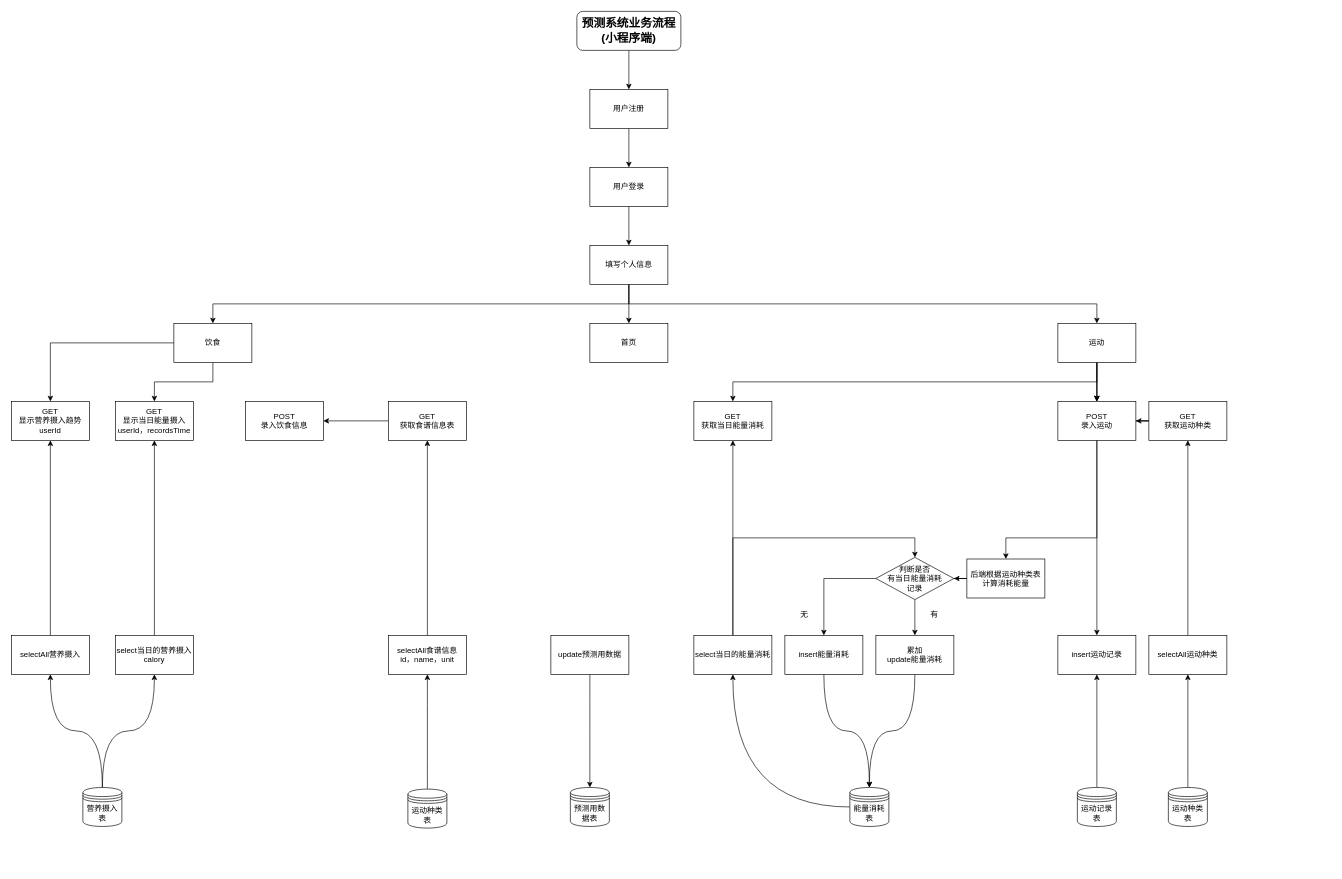
This is 未命名绘图.drawio from 18501426092/18501426092, a draw.io file, before an edit. Source tidied: cells renumbered, new cells numbered last; positions are measured from the earlier drawing's top-left corner, leaving out a move shared by most shapes. Both pictures are drawn from the tidied source at 65%, with x=0, y=0 at pixel (11, 11).
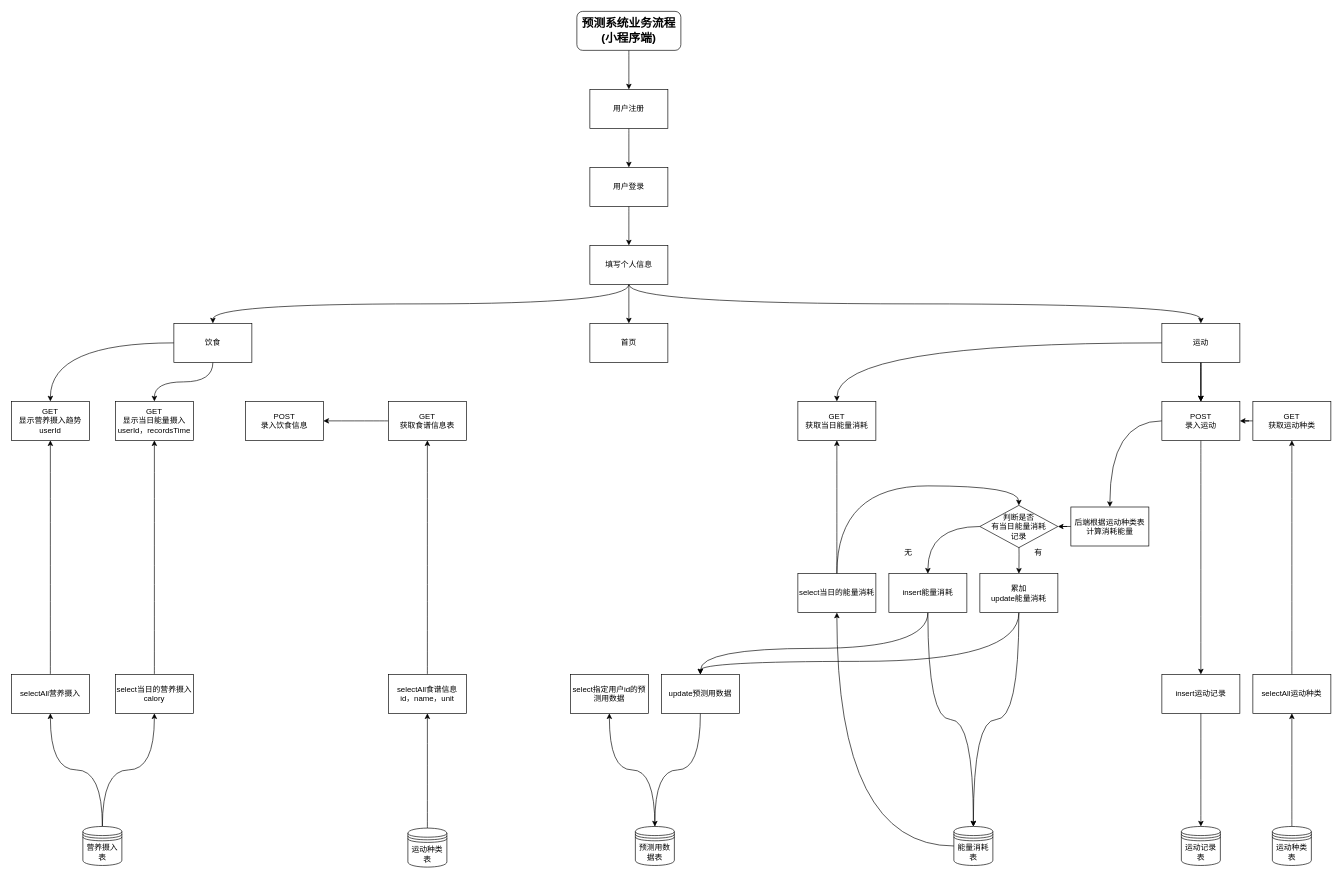
After the change.

Commit message (it also covers changes not shown here):
更新未命名绘图.drawio

Unchanged cells that the change refers to:
```xml
<mxCell id="3" value="预测系统业务流程(小程序端)" style="rounded=1;whiteSpace=wrap;html=1;fontStyle=1;fontSize=18;" parent="1" vertex="1">
  <mxGeometry x="870" width="160" height="60" as="geometry" />
</mxCell>
<mxCell id="5" value="用户登录" style="rounded=0;whiteSpace=wrap;html=1;" parent="1" vertex="1">
  <mxGeometry x="890" y="240" width="120" height="60" as="geometry" />
</mxCell>
<mxCell id="9" value="填写个人信息" style="rounded=0;whiteSpace=wrap;html=1;" parent="1" vertex="1">
  <mxGeometry x="890" y="360" width="120" height="60" as="geometry" />
</mxCell>
<mxCell id="10" value="首页" style="rounded=0;whiteSpace=wrap;html=1;" parent="1" vertex="1">
  <mxGeometry x="890" y="480" width="120" height="60" as="geometry" />
</mxCell>
<mxCell id="13" value="饮食" style="rounded=0;whiteSpace=wrap;html=1;" parent="1" vertex="1">
  <mxGeometry x="250" y="480" width="120" height="60" as="geometry" />
</mxCell>
<mxCell id="15" value="用户注册" style="rounded=0;whiteSpace=wrap;html=1;" parent="1" vertex="1">
  <mxGeometry x="890" y="120" width="120" height="60" as="geometry" />
</mxCell>
<mxCell id="21" value="GET&lt;br&gt;显示营养摄入趋势&lt;br&gt;userId" style="rounded=0;whiteSpace=wrap;html=1;" parent="1" vertex="1">
  <mxGeometry y="600" width="120" height="60" as="geometry" />
</mxCell>
<mxCell id="24" value="GET&lt;br&gt;显示当日能量摄入&lt;br&gt;userId，recordsTime" style="rounded=0;whiteSpace=wrap;html=1;" parent="1" vertex="1">
  <mxGeometry x="160" y="600" width="120" height="60" as="geometry" />
</mxCell>
<mxCell id="60" value="GET&lt;br&gt;获取食谱信息表" style="rounded=0;whiteSpace=wrap;html=1;" parent="1" vertex="1">
  <mxGeometry x="580" y="600" width="120" height="60" as="geometry" />
</mxCell>
<mxCell id="65" value="POST&lt;br&gt;录入饮食信息" style="rounded=0;whiteSpace=wrap;html=1;" parent="1" vertex="1">
  <mxGeometry x="360" y="600" width="120" height="60" as="geometry" />
</mxCell>
```

What changed in the source:
```diff
@@
-    <mxCell id="2" style="edgeStyle=orthogonalEdgeStyle;rounded=0;jettySize=auto;html=1;entryX=0.5;entryY=0;entryDx=0;entryDy=0;" parent="1" edge="1" source="3" target="15">
+    <mxCell id="2" style="edgeStyle=orthogonalEdgeStyle;rounded=0;jettySize=auto;html=1;entryX=0.5;entryY=0;entryDx=0;entryDy=0;curved=1;" parent="1" edge="1" source="3" target="15">
       <mxGeometry relative="1" as="geometry" />
     </mxCell>
@@
-    <mxCell id="4" style="edgeStyle=orthogonalEdgeStyle;rounded=0;jettySize=auto;html=1;" parent="1" edge="1" source="5" target="9">
+    <mxCell id="4" style="edgeStyle=orthogonalEdgeStyle;rounded=0;jettySize=auto;html=1;curved=1;" parent="1" edge="1" source="5" target="9">
       <mxGeometry relative="1" as="geometry" />
     </mxCell>
@@
-    <mxCell id="6" style="edgeStyle=orthogonalEdgeStyle;rounded=0;jettySize=auto;html=1;entryX=0.5;entryY=0;entryDx=0;entryDy=0;" parent="1" edge="1" source="9" target="10">
+    <mxCell id="6" style="edgeStyle=orthogonalEdgeStyle;rounded=0;jettySize=auto;html=1;entryX=0.5;entryY=0;entryDx=0;entryDy=0;curved=1;" parent="1" edge="1" source="9" target="10">
       <mxGeometry relative="1" as="geometry" />
     </mxCell>
-    <mxCell id="7" style="edgeStyle=orthogonalEdgeStyle;rounded=0;jettySize=auto;html=1;entryX=0.5;entryY=0;entryDx=0;entryDy=0;exitX=0.5;exitY=1;exitDx=0;exitDy=0;" parent="1" edge="1" source="9" target="20">
+    <mxCell id="7" style="edgeStyle=orthogonalEdgeStyle;rounded=0;jettySize=auto;html=1;entryX=0.5;entryY=0;entryDx=0;entryDy=0;exitX=0.5;exitY=1;exitDx=0;exitDy=0;curved=1;" parent="1" edge="1" source="9" target="20">
       <mxGeometry relative="1" as="geometry" />
     </mxCell>
-    <mxCell id="8" style="edgeStyle=orthogonalEdgeStyle;rounded=0;jettySize=auto;html=1;entryX=0.5;entryY=0;entryDx=0;entryDy=0;exitX=0.5;exitY=1;exitDx=0;exitDy=0;" parent="1" edge="1" source="9" target="13">
+    <mxCell id="8" style="edgeStyle=orthogonalEdgeStyle;rounded=0;jettySize=auto;html=1;entryX=0.5;entryY=0;entryDx=0;entryDy=0;exitX=0.5;exitY=1;exitDx=0;exitDy=0;curved=1;" parent="1" edge="1" source="9" target="13">
       <mxGeometry relative="1" as="geometry" />
     </mxCell>
@@
-    <mxCell id="11" style="edgeStyle=orthogonalEdgeStyle;rounded=0;jettySize=auto;html=1;" parent="1" edge="1" source="13" target="21">
+    <mxCell id="11" style="edgeStyle=orthogonalEdgeStyle;rounded=0;jettySize=auto;html=1;curved=1;" parent="1" edge="1" source="13" target="21">
       <mxGeometry relative="1" as="geometry" />
     </mxCell>
-    <mxCell id="12" style="edgeStyle=orthogonalEdgeStyle;rounded=0;jettySize=auto;html=1;" parent="1" edge="1" source="13" target="24">
+    <mxCell id="12" style="edgeStyle=orthogonalEdgeStyle;rounded=0;jettySize=auto;html=1;curved=1;" parent="1" edge="1" source="13" target="24">
       <mxGeometry relative="1" as="geometry" />
     </mxCell>
@@
-    <mxCell id="14" style="edgeStyle=orthogonalEdgeStyle;rounded=0;jettySize=auto;html=1;entryX=0.5;entryY=0;entryDx=0;entryDy=0;" parent="1" edge="1" source="15" target="5">
+    <mxCell id="14" style="edgeStyle=orthogonalEdgeStyle;rounded=0;jettySize=auto;html=1;entryX=0.5;entryY=0;entryDx=0;entryDy=0;curved=1;" parent="1" edge="1" source="15" target="5">
       <mxGeometry relative="1" as="geometry" />
     </mxCell>
@@
-    <mxCell id="16" style="edgeStyle=orthogonalEdgeStyle;rounded=0;jettySize=auto;html=1;" parent="1" edge="1" source="20" target="32">
+    <mxCell id="16" style="edgeStyle=orthogonalEdgeStyle;rounded=0;jettySize=auto;html=1;curved=1;" parent="1" edge="1" source="20" target="32">
       <mxGeometry relative="1" as="geometry" />
     </mxCell>
-    <mxCell id="17" style="edgeStyle=orthogonalEdgeStyle;rounded=0;jettySize=auto;html=1;" parent="1" edge="1" source="20" target="32">
+    <mxCell id="17" style="edgeStyle=orthogonalEdgeStyle;rounded=0;jettySize=auto;html=1;curved=1;" parent="1" edge="1" source="20" target="32">
       <mxGeometry relative="1" as="geometry" />
     </mxCell>
-    <mxCell id="18" style="edgeStyle=orthogonalEdgeStyle;rounded=0;jettySize=auto;html=1;" parent="1" edge="1" source="20" target="32">
+    <mxCell id="18" style="edgeStyle=orthogonalEdgeStyle;rounded=0;jettySize=auto;html=1;curved=1;" parent="1" edge="1" source="20" target="32">
       <mxGeometry relative="1" as="geometry" />
     </mxCell>
-    <mxCell id="19" style="edgeStyle=orthogonalEdgeStyle;rounded=0;jettySize=auto;html=1;entryX=0.5;entryY=0;entryDx=0;entryDy=0;" parent="1" edge="1" source="20" target="58">
-      <mxGeometry relative="1" as="geometry">
-        <Array as="points">
-          <mxPoint x="1670" y="570" />
-          <mxPoint x="1110" y="570" />
-        </Array>
-      </mxGeometry>
+    <mxCell id="19" style="edgeStyle=orthogonalEdgeStyle;rounded=0;jettySize=auto;html=1;entryX=0.5;entryY=0;entryDx=0;entryDy=0;curved=1;" parent="1" edge="1" source="20" target="58">
+      <mxGeometry relative="1" as="geometry" />
     </mxCell>
     <mxCell id="20" value="运动" style="rounded=0;whiteSpace=wrap;html=1;" parent="1" vertex="1">
-      <mxGeometry x="1610" y="480" width="120" height="60" as="geometry" />
+      <mxGeometry x="1770" y="480" width="120" height="60" as="geometry" />
     </mxCell>
@@
-    <mxCell id="22" style="edgeStyle=orthogonalEdgeStyle;rounded=0;jettySize=auto;html=1;entryX=0.5;entryY=1;entryDx=0;entryDy=0;" parent="1" edge="1" source="23" target="21">
+    <mxCell id="22" style="edgeStyle=orthogonalEdgeStyle;rounded=0;jettySize=auto;html=1;entryX=0.5;entryY=1;entryDx=0;entryDy=0;curved=1;" parent="1" edge="1" source="23" target="21">
       <mxGeometry relative="1" as="geometry" />
     </mxCell>
     <mxCell id="23" value="selectAll营养摄入" style="rounded=0;whiteSpace=wrap;html=1;" parent="1" vertex="1">
-      <mxGeometry y="960" width="120" height="60" as="geometry" />
+      <mxGeometry y="1020" width="120" height="60" as="geometry" />
     </mxCell>
@@
-    <mxCell id="25" style="edgeStyle=orthogonalEdgeStyle;rounded=0;jettySize=auto;html=1;" parent="1" edge="1" source="26" target="24">
+    <mxCell id="25" style="edgeStyle=orthogonalEdgeStyle;rounded=0;jettySize=auto;html=1;curved=1;" parent="1" edge="1" source="26" target="24">
       <mxGeometry relative="1" as="geometry" />
     </mxCell>
     <mxCell id="26" value="select当日的营养摄入&lt;br&gt;calory" style="rounded=0;whiteSpace=wrap;html=1;" parent="1" vertex="1">
-      <mxGeometry x="160" y="960" width="120" height="60" as="geometry" />
+      <mxGeometry x="160" y="1020" width="120" height="60" as="geometry" />
     </mxCell>
@@
     <mxCell id="29" value="营养摄入表" style="shape=datastore;whiteSpace=wrap;html=1;" parent="1" vertex="1">
-      <mxGeometry x="110" y="1194" width="60" height="60" as="geometry" />
+      <mxGeometry x="110" y="1254" width="60" height="60" as="geometry" />
     </mxCell>
-    <mxCell id="30" style="edgeStyle=orthogonalEdgeStyle;rounded=0;jettySize=auto;html=1;" parent="1" edge="1" source="32" target="39">
+    <mxCell id="30" style="edgeStyle=orthogonalEdgeStyle;rounded=0;jettySize=auto;html=1;curved=1;" parent="1" edge="1" source="32" target="39">
       <mxGeometry relative="1" as="geometry" />
     </mxCell>
-    <mxCell id="31" style="edgeStyle=orthogonalEdgeStyle;rounded=0;jettySize=auto;html=1;entryX=0.5;entryY=0;entryDx=0;entryDy=0;" parent="1" edge="1" source="32" target="43">
-      <mxGeometry relative="1" as="geometry">
-        <Array as="points">
-          <mxPoint x="1670" y="810" />
-          <mxPoint x="1530" y="810" />
-        </Array>
-      </mxGeometry>
+    <mxCell id="31" style="edgeStyle=orthogonalEdgeStyle;rounded=0;jettySize=auto;html=1;entryX=0.5;entryY=0;entryDx=0;entryDy=0;curved=1;" parent="1" edge="1" source="32" target="43">
+      <mxGeometry relative="1" as="geometry" />
     </mxCell>
     <mxCell id="32" value="POST&lt;br&gt;录入运动" style="rounded=0;whiteSpace=wrap;html=1;" parent="1" vertex="1">
-      <mxGeometry x="1610" y="600" width="120" height="60" as="geometry" />
+      <mxGeometry x="1770" y="600" width="120" height="60" as="geometry" />
     </mxCell>
-    <mxCell id="33" style="edgeStyle=orthogonalEdgeStyle;rounded=0;jettySize=auto;html=1;entryX=1;entryY=0.5;entryDx=0;entryDy=0;" parent="1" edge="1" source="34" target="32">
+    <mxCell id="33" style="edgeStyle=orthogonalEdgeStyle;rounded=0;jettySize=auto;html=1;entryX=1;entryY=0.5;entryDx=0;entryDy=0;curved=1;" parent="1" edge="1" source="34" target="32">
       <mxGeometry relative="1" as="geometry" />
     </mxCell>
     <mxCell id="34" value="GET&lt;br&gt;获取运动种类" style="rounded=0;whiteSpace=wrap;html=1;" parent="1" vertex="1">
-      <mxGeometry x="1750" y="600" width="120" height="60" as="geometry" />
+      <mxGeometry x="1910" y="600" width="120" height="60" as="geometry" />
     </mxCell>
-    <mxCell id="35" style="edgeStyle=orthogonalEdgeStyle;rounded=0;jettySize=auto;html=1;entryX=0.5;entryY=1;entryDx=0;entryDy=0;" parent="1" edge="1" source="36" target="34">
+    <mxCell id="35" style="edgeStyle=orthogonalEdgeStyle;rounded=0;jettySize=auto;html=1;entryX=0.5;entryY=1;entryDx=0;entryDy=0;curved=1;" parent="1" edge="1" source="36" target="34">
       <mxGeometry relative="1" as="geometry" />
     </mxCell>
     <mxCell id="36" value="selectAll运动种类" style="rounded=0;whiteSpace=wrap;html=1;" parent="1" vertex="1">
-      <mxGeometry x="1750" y="960" width="120" height="60" as="geometry" />
+      <mxGeometry x="1910" y="1020" width="120" height="60" as="geometry" />
     </mxCell>
@@
     <mxCell id="38" value="运动种类表" style="shape=datastore;whiteSpace=wrap;html=1;" parent="1" vertex="1">
-      <mxGeometry x="1780" y="1194" width="60" height="60" as="geometry" />
+      <mxGeometry x="1940" y="1254" width="60" height="60" as="geometry" />
     </mxCell>
     <mxCell id="39" value="insert运动记录" style="rounded=0;whiteSpace=wrap;html=1;" parent="1" vertex="1">
-      <mxGeometry x="1610" y="960" width="120" height="60" as="geometry" />
+      <mxGeometry x="1770" y="1020" width="120" height="60" as="geometry" />
     </mxCell>
-    <mxCell id="40" style="edgeStyle=orthogonalEdgeStyle;rounded=0;jettySize=auto;html=1;entryX=0.5;entryY=1;entryDx=0;entryDy=0;curved=1;" parent="1" edge="1" source="41" target="39">
+    <mxCell id="40" style="edgeStyle=orthogonalEdgeStyle;rounded=0;jettySize=auto;html=1;entryX=0.5;entryY=1;entryDx=0;entryDy=0;curved=1;startArrow=classic;startFill=1;endArrow=none;endFill=0;" parent="1" edge="1" source="41" target="39">
       <mxGeometry relative="1" as="geometry" />
     </mxCell>
     <mxCell id="41" value="运动记录表" style="shape=datastore;whiteSpace=wrap;html=1;" parent="1" vertex="1">
-      <mxGeometry x="1640" y="1194" width="60" height="60" as="geometry" />
+      <mxGeometry x="1800" y="1254" width="60" height="60" as="geometry" />
     </mxCell>
-    <mxCell id="42" style="edgeStyle=orthogonalEdgeStyle;rounded=0;jettySize=auto;html=1;entryX=1;entryY=0.5;entryDx=0;entryDy=0;" parent="1" edge="1" source="43" target="46">
+    <mxCell id="42" style="edgeStyle=orthogonalEdgeStyle;rounded=0;jettySize=auto;html=1;entryX=1;entryY=0.5;entryDx=0;entryDy=0;curved=1;" parent="1" edge="1" source="43" target="46">
       <mxGeometry relative="1" as="geometry" />
     </mxCell>
     <mxCell id="43" value="后端根据运动种类表计算消耗能量" style="rounded=0;whiteSpace=wrap;html=1;" parent="1" vertex="1">
-      <mxGeometry x="1470" y="842.5" width="120" height="60" as="geometry" />
+      <mxGeometry x="1630" y="762.5" width="120" height="60" as="geometry" />
     </mxCell>
-    <mxCell id="44" style="edgeStyle=orthogonalEdgeStyle;rounded=0;jettySize=auto;html=1;" parent="1" edge="1" source="46" target="53">
-      <mxGeometry relative="1" as="geometry" />
+    <mxCell id="44" style="edgeStyle=orthogonalEdgeStyle;rounded=0;jettySize=auto;html=1;curved=1;" parent="1" edge="1" target="53">
+      <mxGeometry relative="1" as="geometry">
+        <mxPoint x="1550" y="810" as="sourcePoint" />
+      </mxGeometry>
     </mxCell>
-    <mxCell id="45" style="edgeStyle=orthogonalEdgeStyle;rounded=0;jettySize=auto;html=1;" parent="1" edge="1" source="46" target="56">
+    <mxCell id="45" style="edgeStyle=orthogonalEdgeStyle;rounded=0;jettySize=auto;html=1;curved=1;" parent="1" edge="1" source="46" target="56">
       <mxGeometry relative="1" as="geometry" />
     </mxCell>
     <mxCell id="46" value="判断是否&lt;br&gt;有当日能量消耗&lt;br&gt;记录" style="rhombus;whiteSpace=wrap;html=1;" parent="1" vertex="1">
-      <mxGeometry x="1330" y="840" width="120" height="65" as="geometry" />
+      <mxGeometry x="1490" y="760" width="120" height="65" as="geometry" />
     </mxCell>
-    <mxCell id="47" style="edgeStyle=orthogonalEdgeStyle;rounded=0;jettySize=auto;html=1;entryX=0.5;entryY=1;entryDx=0;entryDy=0;" parent="1" edge="1" source="49" target="58">
+    <mxCell id="47" style="edgeStyle=orthogonalEdgeStyle;rounded=0;jettySize=auto;html=1;entryX=0.5;entryY=1;entryDx=0;entryDy=0;curved=1;" parent="1" edge="1" source="49" target="58">
       <mxGeometry relative="1" as="geometry" />
     </mxCell>
-    <mxCell id="48" style="edgeStyle=orthogonalEdgeStyle;rounded=0;jettySize=auto;html=1;entryX=0.5;entryY=0;entryDx=0;entryDy=0;" parent="1" edge="1" source="49" target="46">
+    <mxCell id="48" style="edgeStyle=orthogonalEdgeStyle;rounded=0;jettySize=auto;html=1;entryX=0.5;entryY=0;entryDx=0;entryDy=0;curved=1;" parent="1" edge="1" source="49" target="46">
       <mxGeometry relative="1" as="geometry">
         <Array as="points">
-          <mxPoint x="1110" y="810" />
-          <mxPoint x="1390" y="810" />
+          <mxPoint x="1270" y="730" />
+          <mxPoint x="1550" y="730" />
         </Array>
       </mxGeometry>
     </mxCell>
     <mxCell id="49" value="select当日的能量消耗" style="rounded=0;whiteSpace=wrap;html=1;" parent="1" vertex="1">
-      <mxGeometry x="1050" y="960" width="120" height="60" as="geometry" />
+      <mxGeometry x="1210" y="865" width="120" height="60" as="geometry" />
     </mxCell>
@@
     <mxCell id="51" value="能量消耗表" style="shape=datastore;whiteSpace=wrap;html=1;" parent="1" vertex="1">
-      <mxGeometry x="1290" y="1194" width="60" height="60" as="geometry" />
+      <mxGeometry x="1450" y="1254" width="60" height="60" as="geometry" />
     </mxCell>
@@
+    <mxCell id="69" style="edgeStyle=orthogonalEdgeStyle;rounded=0;jettySize=auto;html=1;curved=1;" parent="1" edge="1" source="53" target="68">
+      <mxGeometry relative="1" as="geometry">
+        <Array as="points">
+          <mxPoint x="1550" y="1000" />
+          <mxPoint x="1060" y="1000" />
+        </Array>
+      </mxGeometry>
+    </mxCell>
     <mxCell id="53" value="累加&lt;br&gt;update能量消耗" style="whiteSpace=wrap;html=1;" parent="1" vertex="1">
-      <mxGeometry x="1330" y="960" width="120" height="60" as="geometry" />
+      <mxGeometry x="1490" y="865" width="120" height="60" as="geometry" />
     </mxCell>
     <mxCell id="54" value="有" style="text;html=1;strokeColor=none;fillColor=none;align=center;verticalAlign=middle;whiteSpace=wrap;rounded=0;" parent="1" vertex="1">
-      <mxGeometry x="1390" y="912.5" width="60" height="30" as="geometry" />
+      <mxGeometry x="1550" y="817.5" width="60" height="30" as="geometry" />
     </mxCell>
@@
+    <mxCell id="70" style="edgeStyle=orthogonalEdgeStyle;rounded=0;jettySize=auto;html=1;entryX=0.5;entryY=0;entryDx=0;entryDy=0;curved=1;" parent="1" edge="1" source="56" target="68">
+      <mxGeometry relative="1" as="geometry">
+        <Array as="points">
+          <mxPoint x="1410" y="980" />
+          <mxPoint x="1060" y="980" />
+        </Array>
+      </mxGeometry>
+    </mxCell>
     <mxCell id="56" value="insert能量消耗" style="whiteSpace=wrap;html=1;" parent="1" vertex="1">
-      <mxGeometry x="1190" y="960" width="120" height="60" as="geometry" />
+      <mxGeometry x="1350" y="865" width="120" height="60" as="geometry" />
     </mxCell>
     <mxCell id="57" value="无" style="text;html=1;strokeColor=none;fillColor=none;align=center;verticalAlign=middle;whiteSpace=wrap;rounded=0;" parent="1" vertex="1">
-      <mxGeometry x="1190" y="912.5" width="60" height="30" as="geometry" />
+      <mxGeometry x="1350" y="817.5" width="60" height="30" as="geometry" />
     </mxCell>
     <mxCell id="58" value="GET&lt;br&gt;获取当日能量消耗" style="whiteSpace=wrap;html=1;rounded=0;" parent="1" vertex="1">
-      <mxGeometry x="1050" y="600" width="120" height="60" as="geometry" />
+      <mxGeometry x="1210" y="600" width="120" height="60" as="geometry" />
     </mxCell>
-    <mxCell id="59" style="edgeStyle=orthogonalEdgeStyle;rounded=0;jettySize=auto;html=1;exitX=0;exitY=0.5;exitDx=0;exitDy=0;entryX=1;entryY=0.5;entryDx=0;entryDy=0;" parent="1" edge="1" source="60" target="65">
+    <mxCell id="59" style="edgeStyle=orthogonalEdgeStyle;rounded=0;jettySize=auto;html=1;exitX=0;exitY=0.5;exitDx=0;exitDy=0;entryX=1;entryY=0.5;entryDx=0;entryDy=0;curved=1;" parent="1" edge="1" source="60" target="65">
       <mxGeometry relative="1" as="geometry" />
     </mxCell>
@@
-    <mxCell id="61" style="edgeStyle=orthogonalEdgeStyle;rounded=0;jettySize=auto;html=1;entryX=0.5;entryY=1;entryDx=0;entryDy=0;" parent="1" edge="1" source="62" target="60">
+    <mxCell id="61" style="edgeStyle=orthogonalEdgeStyle;rounded=0;jettySize=auto;html=1;entryX=0.5;entryY=1;entryDx=0;entryDy=0;curved=1;" parent="1" edge="1" source="62" target="60">
       <mxGeometry relative="1" as="geometry" />
     </mxCell>
     <mxCell id="62" value="selectAll食谱信息&lt;br&gt;id，name，unit" style="rounded=0;whiteSpace=wrap;html=1;" parent="1" vertex="1">
-      <mxGeometry x="580" y="960" width="120" height="60" as="geometry" />
+      <mxGeometry x="580" y="1020" width="120" height="60" as="geometry" />
     </mxCell>
@@
     <mxCell id="64" value="运动种类表" style="shape=datastore;whiteSpace=wrap;html=1;" parent="1" vertex="1">
-      <mxGeometry x="610" y="1196.5" width="60" height="60" as="geometry" />
+      <mxGeometry x="610" y="1256.5" width="60" height="60" as="geometry" />
     </mxCell>
@@
+    <mxCell id="71" style="edgeStyle=orthogonalEdgeStyle;rounded=0;jettySize=auto;html=1;entryX=0.5;entryY=1;entryDx=0;entryDy=0;curved=1;" parent="1" edge="1" source="66" target="72">
+      <mxGeometry relative="1" as="geometry" />
+    </mxCell>
     <mxCell id="66" value="预测用数据表" style="shape=datastore;whiteSpace=wrap;html=1;" parent="1" vertex="1">
-      <mxGeometry x="860" y="1194" width="60" height="60" as="geometry" />
+      <mxGeometry x="960" y="1254" width="60" height="60" as="geometry" />
     </mxCell>
@@
     <mxCell id="68" value="update预测用数据" style="rounded=0;whiteSpace=wrap;html=1;" parent="1" vertex="1">
-      <mxGeometry x="830" y="960" width="120" height="60" as="geometry" />
+      <mxGeometry x="1000" y="1020" width="120" height="60" as="geometry" />
     </mxCell>
+    <mxCell id="72" value="select指定用户id的预测用数据" style="rounded=0;whiteSpace=wrap;html=1;" parent="1" vertex="1">
+      <mxGeometry x="860" y="1020" width="120" height="60" as="geometry" />
+    </mxCell>
```
